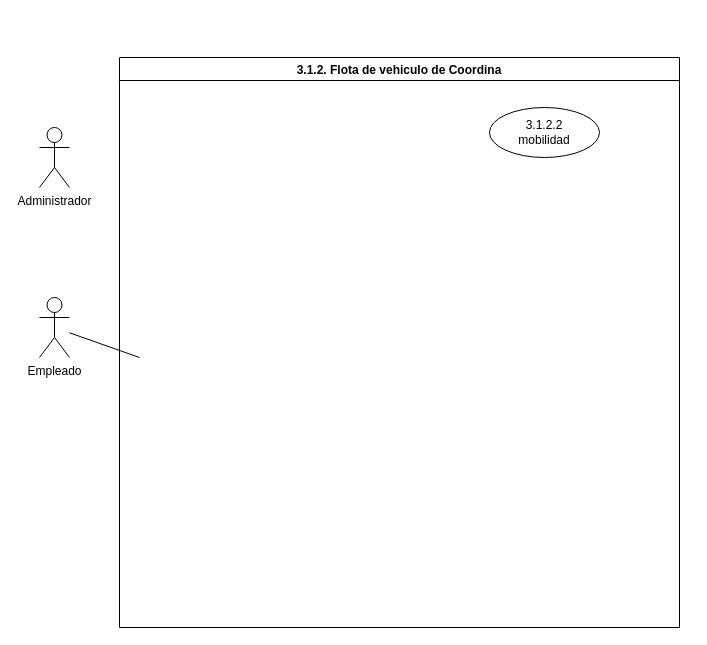
Indianaat/UML keeps this draw.io diagram as flota de vehiculo(1).drawio. Above is the earlier version. Source tidied: cells renumbered, new cells numbered last; positions are measured from the earlier drawing's top-left corner, leaving out a move shared by most shapes. Both pictures are drawn from the tidied source at 100%, with x=0, y=0 at pixel (39, 57).
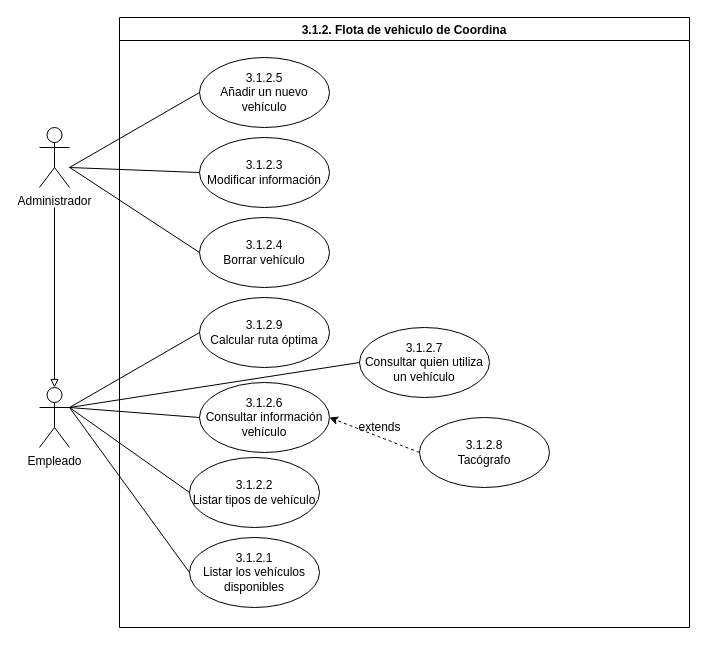
The same diagram, later.

The change refers to these unchanged cells:
```xml
<mxCell id="4" value="Administrador" style="shape=umlActor;verticalLabelPosition=bottom;verticalAlign=top;html=1;outlineConnect=0;" parent="1" vertex="1">
  <mxGeometry y="70" width="30" height="60" as="geometry" />
</mxCell>
```

Diff of the diagram source:
```diff
@@
     <mxCell id="2" value="3.1.2. Flota de vehiculo de Coordina" style="swimlane;" parent="1" vertex="1">
-      <mxGeometry x="80" width="560" height="570" as="geometry" />
+      <mxGeometry x="80" y="-40" width="570" height="610" as="geometry" />
     </mxCell>
-    <mxCell id="3" value="&lt;div&gt;3.1.2.2&lt;/div&gt;&lt;div&gt;mobilidad&lt;/div&gt;" style="ellipse;whiteSpace=wrap;html=1;" parent="2" vertex="1">
-      <mxGeometry x="370" y="50" width="110" height="50" as="geometry" />
+    <mxCell id="3" value="&lt;div&gt;3.1.2.1&lt;span lang=&quot;ES&quot;&gt;&lt;span style=&quot;font-weight: normal&quot;&gt;&lt;br&gt;&lt;/span&gt;&lt;/span&gt;&lt;/div&gt;&lt;div&gt;&lt;span lang=&quot;ES&quot;&gt;&lt;span style=&quot;font-weight: normal&quot;&gt;Listar los vehículos disponibles&lt;/span&gt;&lt;/span&gt;&lt;/div&gt;" style="ellipse;whiteSpace=wrap;html=1;" parent="2" vertex="1">
+      <mxGeometry x="70" y="520" width="130" height="70" as="geometry" />
     </mxCell>
+    <mxCell id="7" value="&lt;div&gt;3.1.2.2&lt;/div&gt;&lt;div&gt;&lt;span lang=&quot;ES&quot;&gt;&lt;span style=&quot;font-weight: normal&quot;&gt;Listar tipos de vehículo&lt;/span&gt;&lt;/span&gt;&lt;/div&gt;" style="ellipse;whiteSpace=wrap;html=1;" parent="2" vertex="1">
+      <mxGeometry x="70" y="440" width="130" height="70" as="geometry" />
+    </mxCell>
+    <mxCell id="8" value="&lt;div&gt;3.1.2.3&lt;span lang=&quot;ES&quot;&gt;&lt;span style=&quot;font-weight: normal&quot;&gt;&lt;br&gt;&lt;/span&gt;&lt;/span&gt;&lt;/div&gt;&lt;div&gt;&lt;span lang=&quot;ES&quot;&gt;&lt;span style=&quot;font-weight: normal&quot;&gt;Modificar información&lt;/span&gt;&lt;/span&gt;&lt;/div&gt;" style="ellipse;whiteSpace=wrap;html=1;" parent="2" vertex="1">
+      <mxGeometry x="80" y="120" width="130" height="70" as="geometry" />
+    </mxCell>
+    <mxCell id="9" value="&lt;div&gt;3.1.2.4&lt;span lang=&quot;ES&quot;&gt; &lt;br&gt;&lt;/span&gt;&lt;/div&gt;&lt;div&gt;&lt;span lang=&quot;ES&quot;&gt;Borrar vehículo&lt;/span&gt;&lt;/div&gt;" style="ellipse;whiteSpace=wrap;html=1;" parent="2" vertex="1">
+      <mxGeometry x="80" y="200" width="130" height="70" as="geometry" />
+    </mxCell>
+    <mxCell id="10" value="&lt;div&gt;3.1.2.5&lt;span lang=&quot;ES&quot;&gt; &lt;br&gt;&lt;/span&gt;&lt;/div&gt;&lt;div&gt;&lt;span lang=&quot;ES&quot;&gt;Añadir un nuevo vehículo&lt;/span&gt;&lt;/div&gt;" style="ellipse;whiteSpace=wrap;html=1;" parent="2" vertex="1">
+      <mxGeometry x="80" y="40" width="130" height="70" as="geometry" />
+    </mxCell>
+    <mxCell id="11" value="&lt;div&gt;3.1.2.6&lt;span lang=&quot;ES&quot;&gt;&lt;br&gt;&lt;/span&gt;&lt;/div&gt;&lt;div&gt;&lt;span lang=&quot;ES&quot;&gt;Consultar información vehículo&lt;/span&gt;&lt;/div&gt;" style="ellipse;whiteSpace=wrap;html=1;" parent="2" vertex="1">
+      <mxGeometry x="80" y="365" width="130" height="70" as="geometry" />
+    </mxCell>
+    <mxCell id="12" value="&lt;div&gt;3.1.2.7&lt;/div&gt;&lt;div&gt;&lt;span lang=&quot;ES&quot;&gt;&lt;/span&gt;&lt;span lang=&quot;ES&quot;&gt;Consultar quien utiliza un vehículo&lt;/span&gt;&lt;/div&gt;" style="ellipse;whiteSpace=wrap;html=1;" parent="2" vertex="1">
+      <mxGeometry x="240" y="310" width="130" height="70" as="geometry" />
+    </mxCell>
+    <mxCell id="13" value="&lt;div&gt;3.1.2.8&lt;/div&gt;&lt;span lang=&quot;ES&quot;&gt;Tacógrafo&lt;/span&gt;" style="ellipse;whiteSpace=wrap;html=1;" parent="2" vertex="1">
+      <mxGeometry x="300" y="400" width="130" height="70" as="geometry" />
+    </mxCell>
+    <mxCell id="14" value="&lt;div&gt;3.1.2.9&lt;span lang=&quot;ES&quot;&gt;&lt;br&gt;&lt;/span&gt;&lt;/div&gt;&lt;div&gt;&lt;span lang=&quot;ES&quot;&gt;Calcular ruta óptima&lt;/span&gt;&lt;/div&gt;&lt;span lang=&quot;ES&quot;&gt;&lt;/span&gt;" style="ellipse;whiteSpace=wrap;html=1;" parent="2" vertex="1">
+      <mxGeometry x="80" y="280" width="130" height="70" as="geometry" />
+    </mxCell>
+    <mxCell id="15" style="endArrow=classic;html=1;rounded=0;jumpSize=8;exitX=0;exitY=0.5;exitDx=0;exitDy=0;entryX=1;entryY=0.5;entryDx=0;entryDy=0;dashed=1;" parent="2" edge="1" source="13" target="11">
+      <mxGeometry relative="1" as="geometry" />
+    </mxCell>
+    <mxCell id="16" value="extends" style="text;html=1;align=center;verticalAlign=middle;strokeColor=none;fillColor=none;shadow=0;" parent="2" vertex="1">
+      <mxGeometry x="230" y="400" width="60" height="20" as="geometry" />
+    </mxCell>
@@
     <mxCell id="5" value="Empleado" style="shape=umlActor;verticalLabelPosition=bottom;verticalAlign=top;html=1;outlineConnect=0;" parent="1" vertex="1">
-      <mxGeometry y="240" width="30" height="60" as="geometry" />
+      <mxGeometry y="330" width="30" height="60" as="geometry" />
     </mxCell>
-    <mxCell id="6" style="endArrow=none;html=1;rounded=0;entryX=0;entryY=0.5;entryDx=0;entryDy=0;" parent="1" edge="1" source="5">
-      <mxGeometry relative="1" as="geometry">
-        <mxPoint x="100" y="300" as="targetPoint" />
-      </mxGeometry>
+    <mxCell id="6" style="endArrow=none;html=1;rounded=0;entryX=0;entryY=0.5;entryDx=0;entryDy=0;exitX=1;exitY=0.3333333333333333;exitDx=0;exitDy=0;exitPerimeter=0;" parent="1" edge="1" source="5" target="3">
+      <mxGeometry relative="1" as="geometry" />
     </mxCell>
+    <mxCell id="17" style="endArrow=block;html=1;rounded=0;entryX=0.5;entryY=0;entryDx=0;entryDy=0;entryPerimeter=0;endFill=0;jumpSize=8;" parent="1" edge="1" target="5">
+      <mxGeometry relative="1" as="geometry">
+        <mxPoint x="15" y="150" as="sourcePoint" />
+      </mxGeometry>
+    </mxCell>
+    <mxCell id="18" style="endArrow=none;html=1;rounded=0;entryX=0;entryY=0.5;entryDx=0;entryDy=0;exitX=1;exitY=0.3333333333333333;exitDx=0;exitDy=0;exitPerimeter=0;" parent="1" edge="1" source="5" target="7">
+      <mxGeometry relative="1" as="geometry" />
+    </mxCell>
+    <mxCell id="19" style="endArrow=none;html=1;rounded=0;entryX=0;entryY=0.5;entryDx=0;entryDy=0;exitX=1;exitY=0.3333333333333333;exitDx=0;exitDy=0;exitPerimeter=0;" parent="1" edge="1" source="5" target="11">
+      <mxGeometry relative="1" as="geometry" />
+    </mxCell>
+    <mxCell id="20" style="endArrow=none;html=1;rounded=0;entryX=0;entryY=0.5;entryDx=0;entryDy=0;" parent="1" edge="1" target="14">
+      <mxGeometry relative="1" as="geometry">
+        <mxPoint x="30" y="350" as="sourcePoint" />
+      </mxGeometry>
+    </mxCell>
+    <mxCell id="21" style="endArrow=none;html=1;rounded=0;entryX=0;entryY=0.5;entryDx=0;entryDy=0;" parent="1" edge="1" target="12">
+      <mxGeometry relative="1" as="geometry">
+        <mxPoint x="30" y="350" as="sourcePoint" />
+      </mxGeometry>
+    </mxCell>
+    <mxCell id="22" style="endArrow=none;html=1;rounded=0;entryX=0;entryY=0.5;entryDx=0;entryDy=0;" parent="1" edge="1" source="4" target="9">
+      <mxGeometry relative="1" as="geometry" />
+    </mxCell>
+    <mxCell id="23" style="endArrow=none;html=1;rounded=0;entryX=0;entryY=0.5;entryDx=0;entryDy=0;" parent="1" edge="1" target="8">
+      <mxGeometry relative="1" as="geometry">
+        <mxPoint x="30" y="110" as="sourcePoint" />
+      </mxGeometry>
+    </mxCell>
+    <mxCell id="24" style="endArrow=none;html=1;rounded=0;entryX=0;entryY=0.5;entryDx=0;entryDy=0;" parent="1" edge="1" target="10">
+      <mxGeometry relative="1" as="geometry">
+        <mxPoint x="30" y="110" as="sourcePoint" />
+      </mxGeometry>
+    </mxCell>
```
